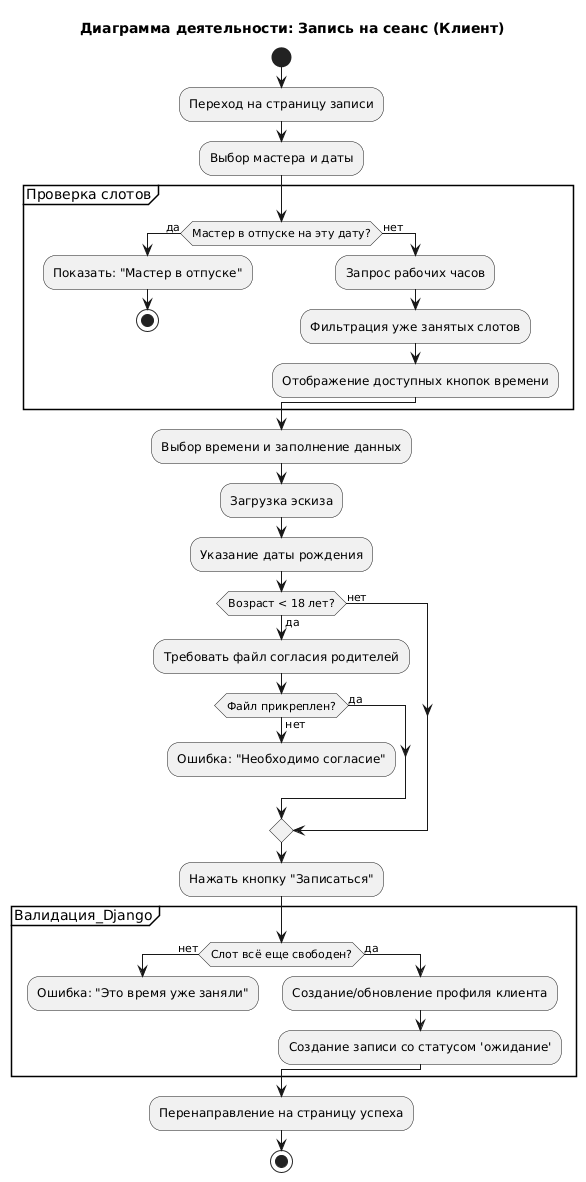
Earlier version of the PlantUML export diagrams/activity/client/activity_client_1.png (kr1ms0nh3ad/psychochainsaw_tattoo). The source it was exported from:
```plantuml
@startuml
title Диаграмма деятельности: Запись на сеанс (Клиент)

start
:Переход на страницу записи;
:Выбор мастера и даты;

partition Проверка слотов {
    if (Мастер в отпуске на эту дату?) then (да)
        :Показать: "Мастер в отпуске";
        stop
    else (нет)
        :Запрос рабочих часов;
        :Фильтрация уже занятых слотов;
        :Отображение доступных кнопок времени;
    endif
}

:Выбор времени и заполнение данных;
:Загрузка эскиза;
:Указание даты рождения;

if (Возраст < 18 лет?) then (да)
    :Требовать файл согласия родителей;
    if (Файл прикреплен?) then (нет)
        :Ошибка: "Необходимо согласие";
        detach
    else (да)
    endif
else (нет)
endif

:Нажать кнопку "Записаться";

partition Валидация_Django {
    if (Слот всё еще свободен?) then (нет)
        :Ошибка: "Это время уже заняли";
        detach
    else (да)
        :Создание/обновление профиля клиента;
        :Создание записи со статусом 'ожидание';
    endif
}

:Перенаправление на страницу успеха;
stop
@enduml
```
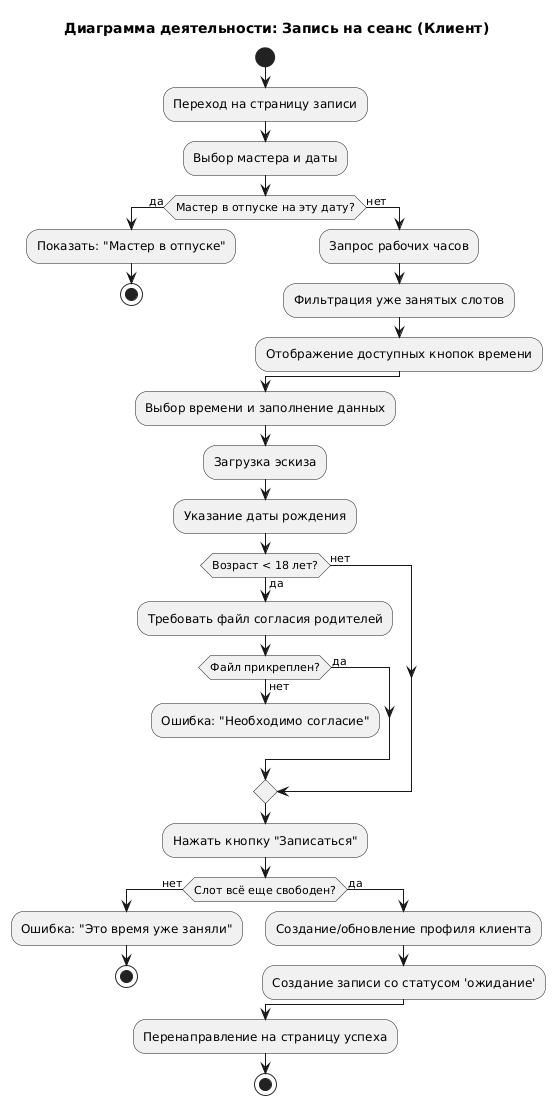
After the change.

Diff of the diagram source:
```diff
@@ -5,16 +5,14 @@
 :Переход на страницу записи;
 :Выбор мастера и даты;
 
-partition Проверка слотов {
-    if (Мастер в отпуске на эту дату?) then (да)
-        :Показать: "Мастер в отпуске";
-        stop
-    else (нет)
-        :Запрос рабочих часов;
-        :Фильтрация уже занятых слотов;
-        :Отображение доступных кнопок времени;
-    endif
-}
+if (Мастер в отпуске на эту дату?) then (да)
+    :Показать: "Мастер в отпуске";
+    stop
+else (нет)
+    :Запрос рабочих часов;
+    :Фильтрация уже занятых слотов;
+    :Отображение доступных кнопок времени;
+endif
 
 :Выбор времени и заполнение данных;
 :Загрузка эскиза;
@@ -32,15 +30,13 @@
 
 :Нажать кнопку "Записаться";
 
-partition Валидация_Django {
-    if (Слот всё еще свободен?) then (нет)
-        :Ошибка: "Это время уже заняли";
-        detach
-    else (да)
-        :Создание/обновление профиля клиента;
-        :Создание записи со статусом 'ожидание';
-    endif
-}
+if (Слот всё еще свободен?) then (нет)
+    :Ошибка: "Это время уже заняли";
+    stop
+else (да)
+    :Создание/обновление профиля клиента;
+    :Создание записи со статусом 'ожидание';
+endif
 
 :Перенаправление на страницу успеха;
 stop
```
